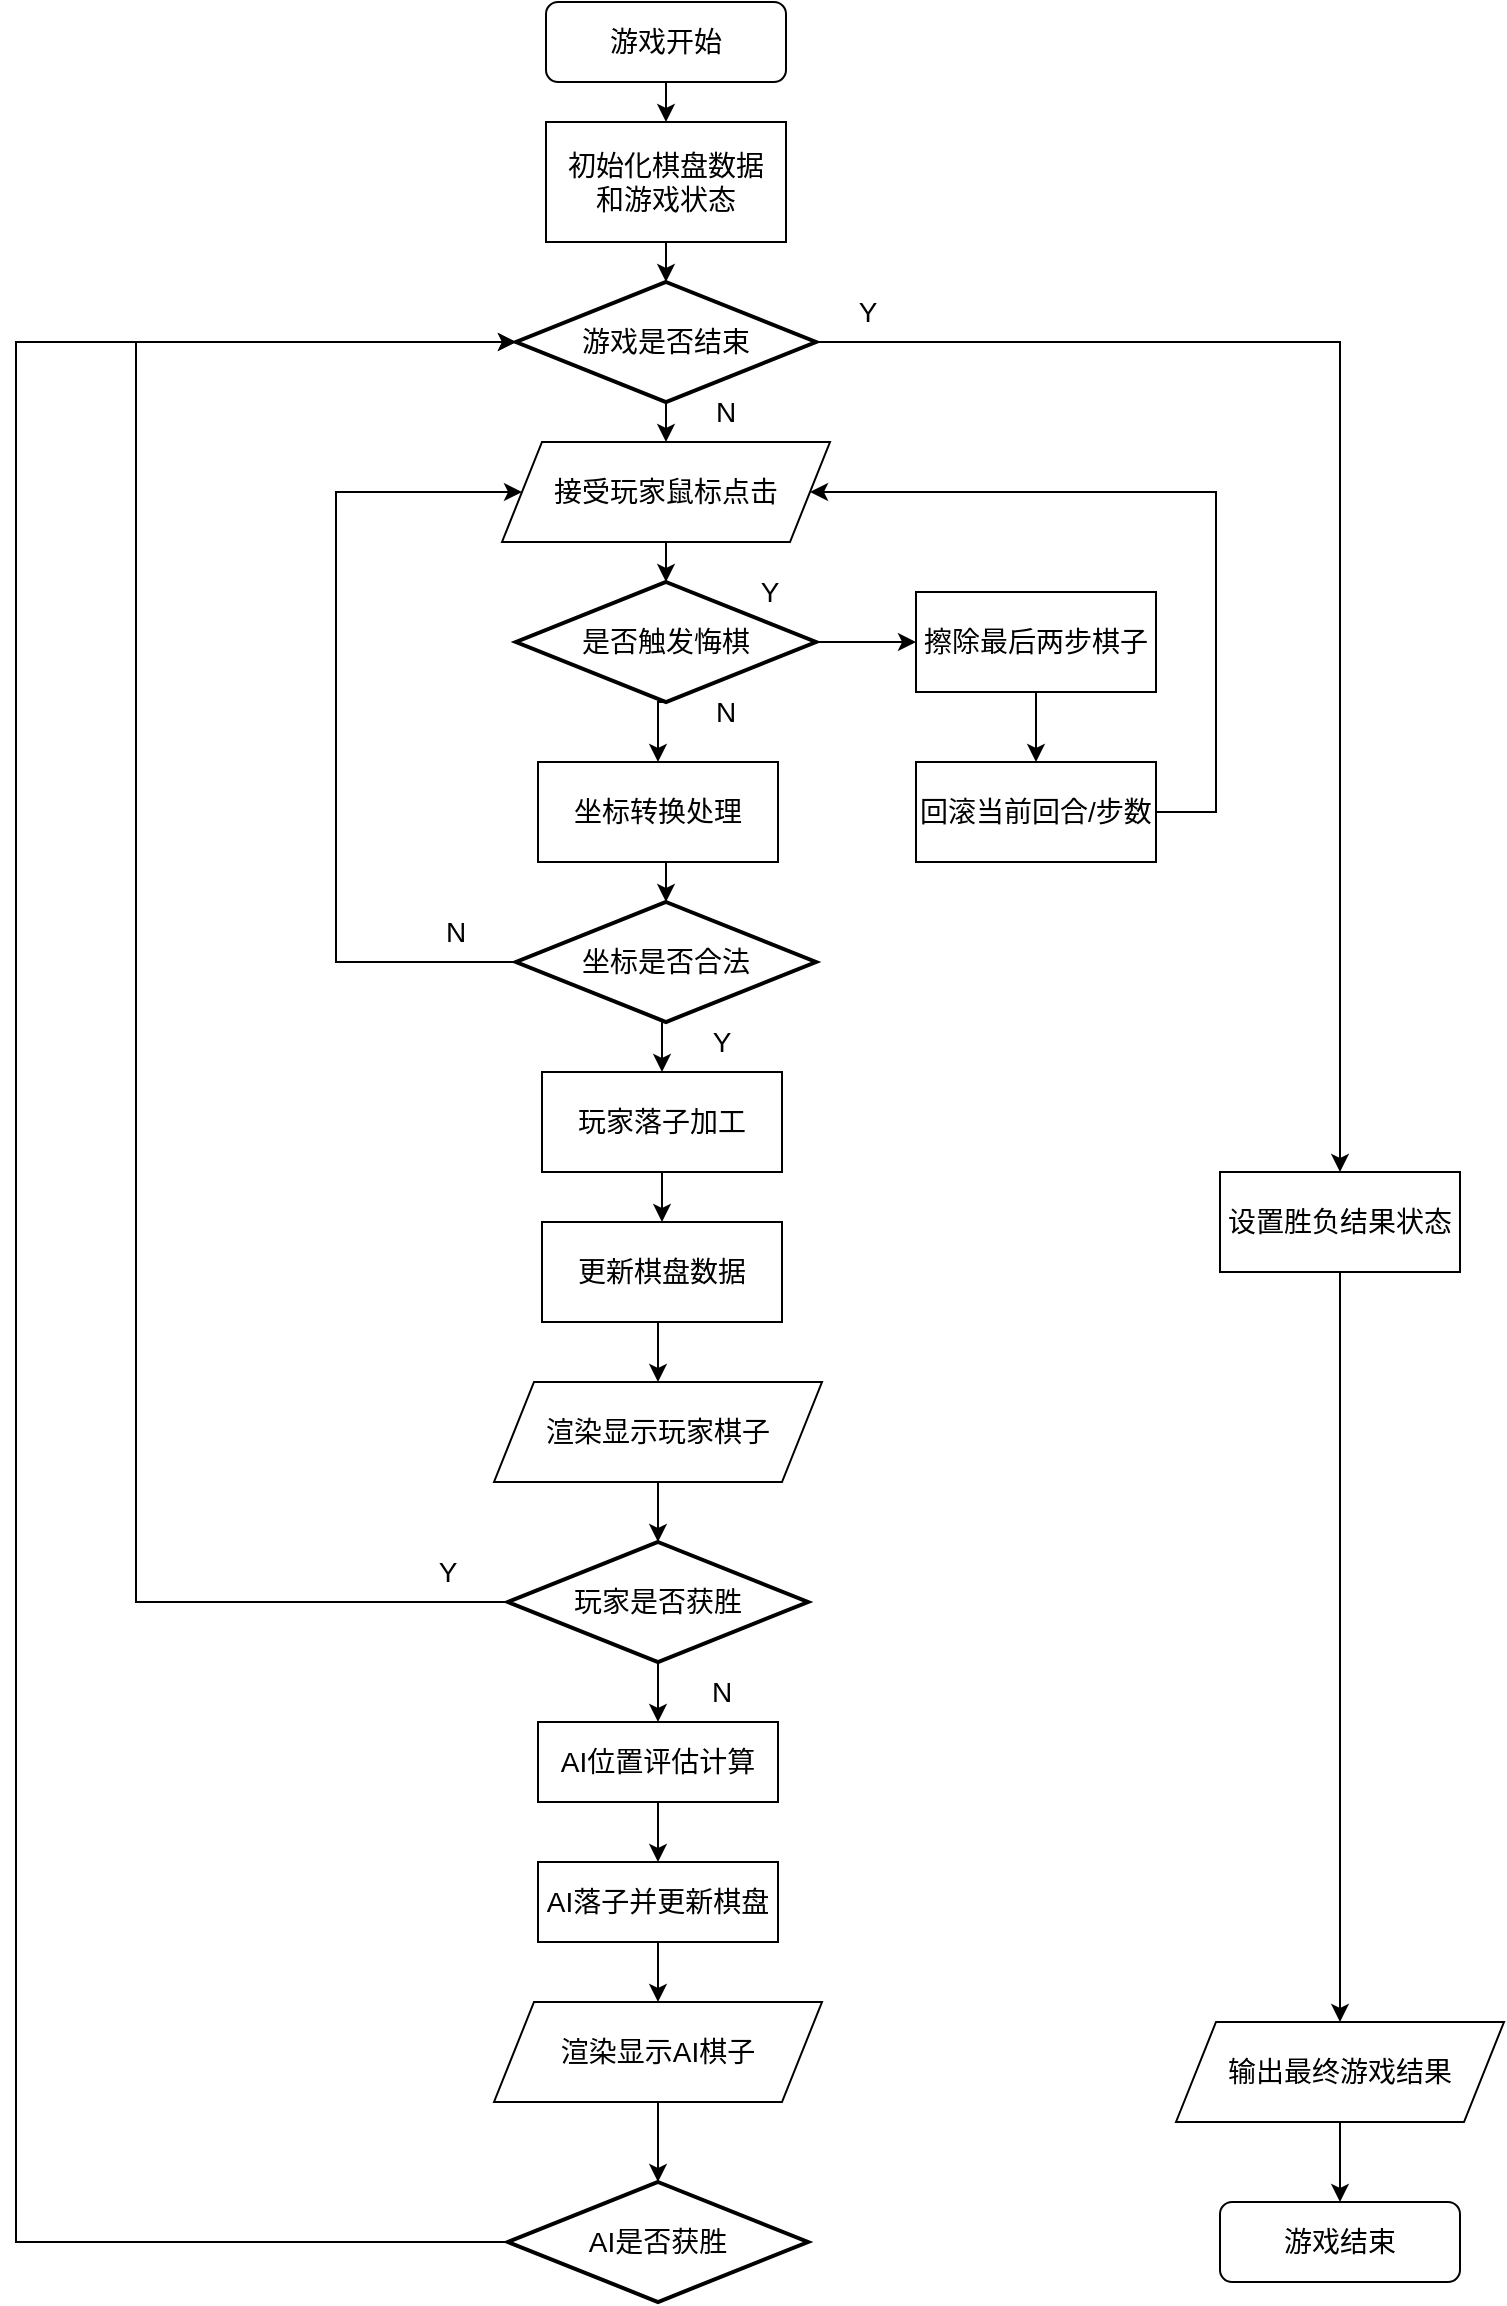
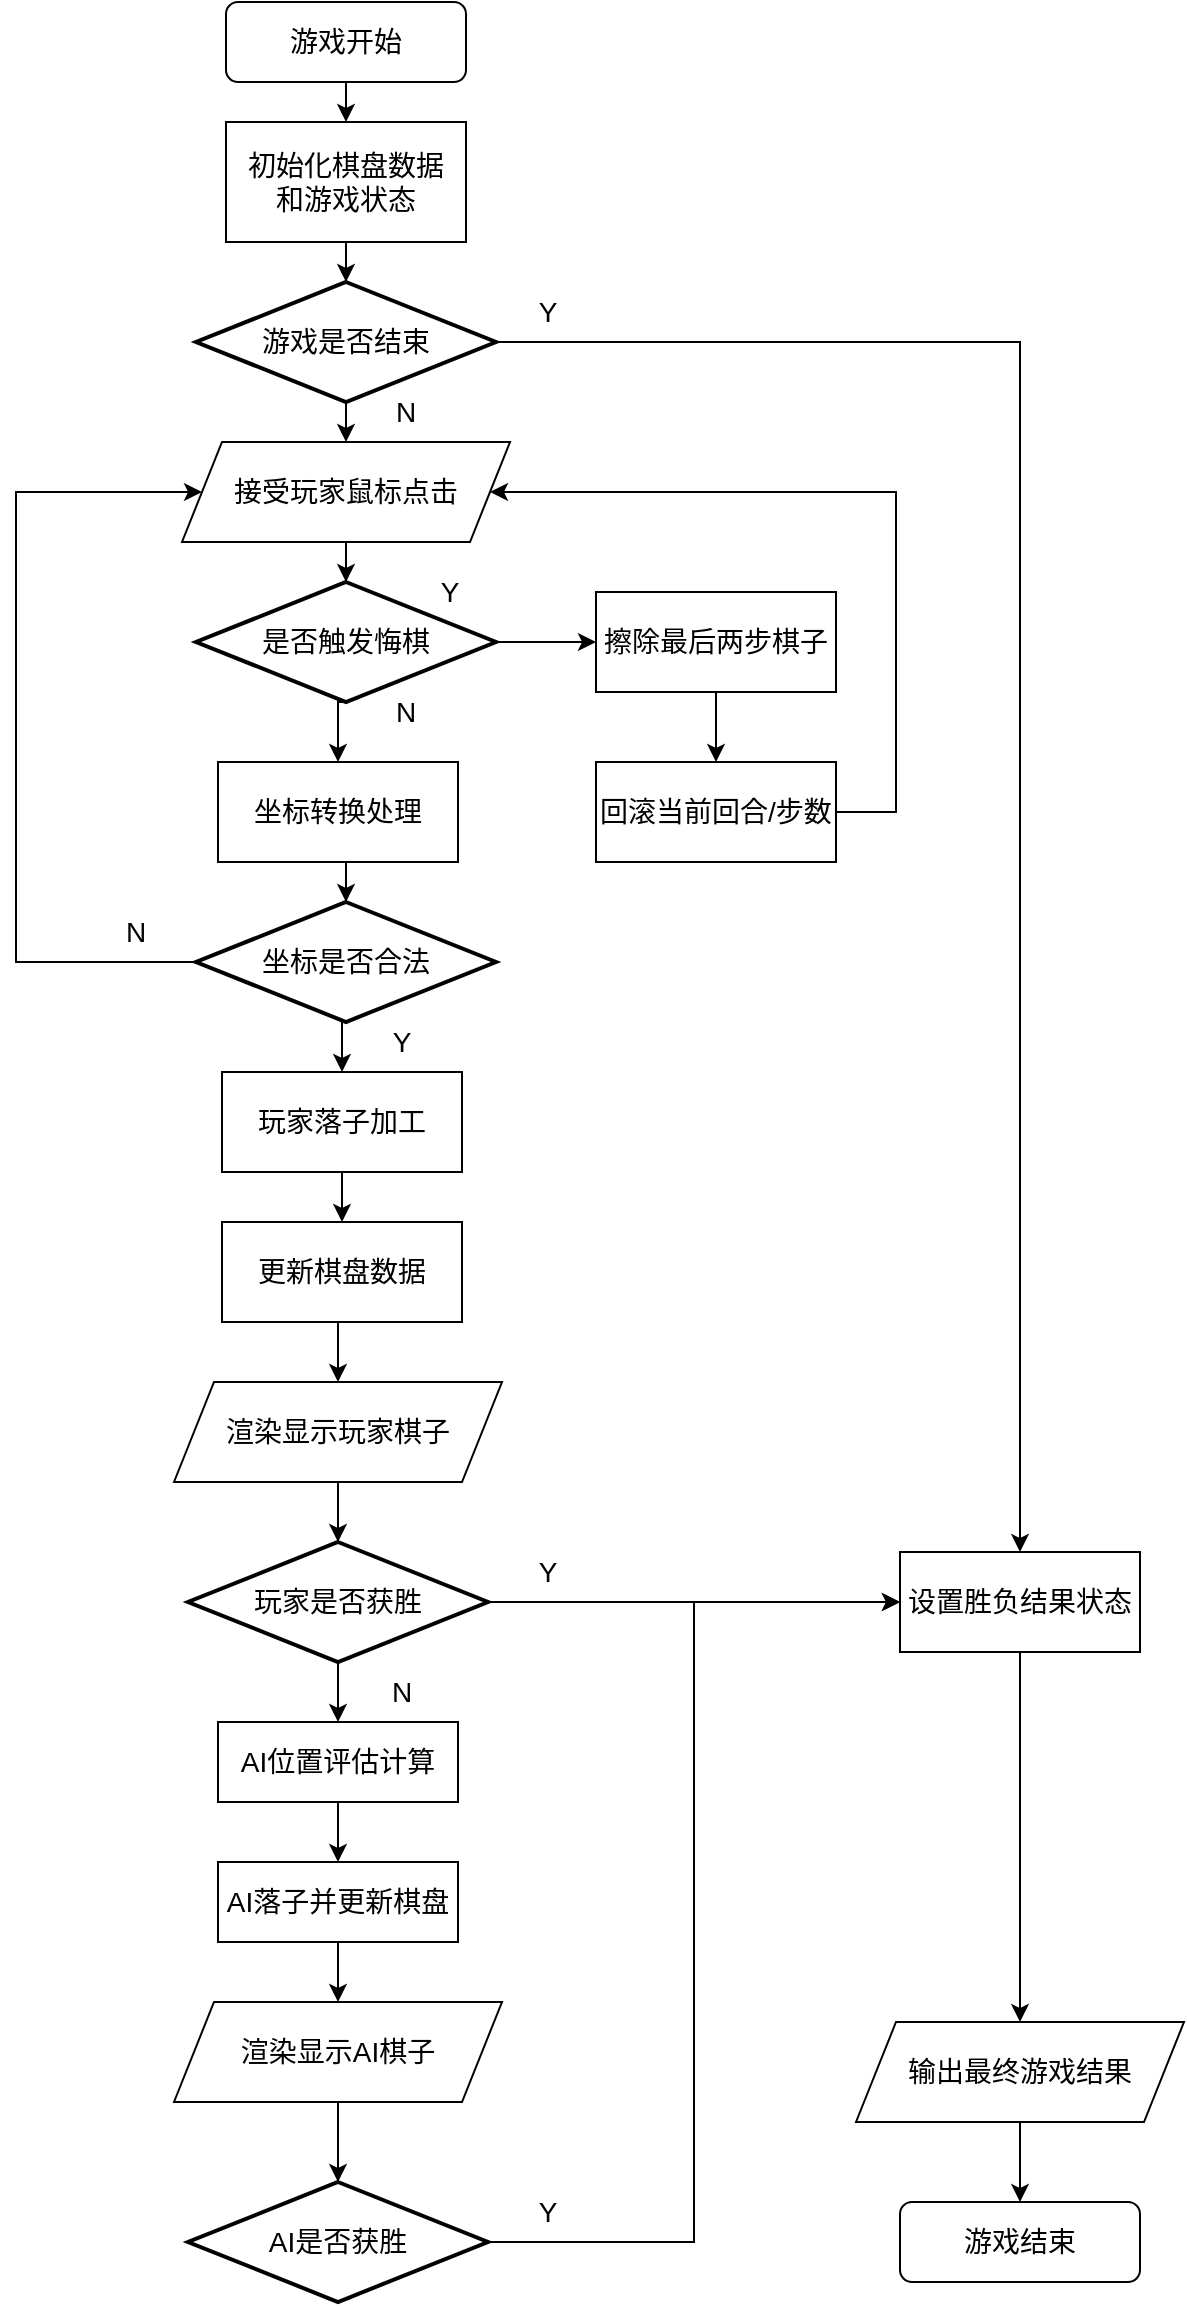
<mxfile host="app.diagrams.net">
  <diagram name="Page-1" id="Ut53iUmTTLsHKbGdxMO9">
    <mxGraphModel dx="2054" dy="1198" grid="1" gridSize="10" guides="1" tooltips="1" connect="1" arrows="1" fold="1" page="1" pageScale="1" pageWidth="827" pageHeight="1169" math="0" shadow="0">
      <root>
        <mxCell id="0" />
        <mxCell id="1" parent="0" />
        <mxCell id="LBzLqDpE-ghOYlSVNWWL-11" edge="1" parent="1" source="LBzLqDpE-ghOYlSVNWWL-4" style="edgeStyle=orthogonalEdgeStyle;rounded=0;orthogonalLoop=1;jettySize=auto;html=1;exitX=0.5;exitY=1;exitDx=0;exitDy=0;exitPerimeter=0;entryX=0.5;entryY=0;entryDx=0;entryDy=0;" target="LBzLqDpE-ghOYlSVNWWL-9">
          <mxGeometry relative="1" as="geometry" />
        </mxCell>
        <mxCell id="LBzLqDpE-ghOYlSVNWWL-51" edge="1" parent="1" source="LBzLqDpE-ghOYlSVNWWL-4" style="edgeStyle=orthogonalEdgeStyle;rounded=0;orthogonalLoop=1;jettySize=auto;html=1;exitX=1;exitY=0.5;exitDx=0;exitDy=0;exitPerimeter=0;entryX=0.5;entryY=0;entryDx=0;entryDy=0;" target="LBzLqDpE-ghOYlSVNWWL-45">
          <mxGeometry relative="1" as="geometry" />
        </mxCell>
        <mxCell id="LBzLqDpE-ghOYlSVNWWL-4" parent="1" style="strokeWidth=2;html=1;shape=mxgraph.flowchart.decision;whiteSpace=wrap;" value="&lt;font style=&quot;font-size: 14px;&quot;&gt;游戏是否结束&lt;/font&gt;" vertex="1">
          <mxGeometry height="60" width="150" x="320" y="159" as="geometry" />
        </mxCell>
        <mxCell id="LBzLqDpE-ghOYlSVNWWL-5" edge="1" parent="1" source="LBzLqDpE-ghOYlSVNWWL-6" style="edgeStyle=orthogonalEdgeStyle;rounded=0;orthogonalLoop=1;jettySize=auto;html=1;exitX=0.5;exitY=1;exitDx=0;exitDy=0;entryX=0.5;entryY=0;entryDx=0;entryDy=0;entryPerimeter=0;" target="LBzLqDpE-ghOYlSVNWWL-4">
          <mxGeometry relative="1" as="geometry">
            <mxPoint x="515" y="209" as="sourcePoint" />
          </mxGeometry>
        </mxCell>
        <mxCell id="LBzLqDpE-ghOYlSVNWWL-6" parent="1" style="rounded=0;whiteSpace=wrap;html=1;" value="&lt;font style=&quot;font-size: 14px;&quot;&gt;初始化棋盘数据&lt;/font&gt;&lt;div&gt;&lt;span style=&quot;font-size: 14px; background-color: transparent; color: light-dark(rgb(0, 0, 0), rgb(255, 255, 255));&quot;&gt;和游戏状态&lt;/span&gt;&lt;/div&gt;" vertex="1">
          <mxGeometry height="60" width="120" x="335" y="79" as="geometry" />
        </mxCell>
        <mxCell id="LBzLqDpE-ghOYlSVNWWL-8" edge="1" parent="1" source="LBzLqDpE-ghOYlSVNWWL-7" style="edgeStyle=orthogonalEdgeStyle;rounded=0;orthogonalLoop=1;jettySize=auto;html=1;exitX=0.5;exitY=1;exitDx=0;exitDy=0;entryX=0.5;entryY=0;entryDx=0;entryDy=0;" target="LBzLqDpE-ghOYlSVNWWL-6">
          <mxGeometry relative="1" as="geometry" />
        </mxCell>
        <mxCell id="LBzLqDpE-ghOYlSVNWWL-7" parent="1" style="rounded=1;whiteSpace=wrap;html=1;" value="&lt;font style=&quot;font-size: 14px;&quot;&gt;游戏开始&lt;/font&gt;" vertex="1">
          <mxGeometry height="40" width="120" x="335" y="19" as="geometry" />
        </mxCell>
        <mxCell id="LBzLqDpE-ghOYlSVNWWL-9" parent="1" style="shape=parallelogram;perimeter=parallelogramPerimeter;whiteSpace=wrap;html=1;fixedSize=1;" value="&lt;font style=&quot;font-size: 14px;&quot;&gt;接受玩家鼠标点击&lt;/font&gt;" vertex="1">
          <mxGeometry height="50" width="164" x="313" y="239" as="geometry" />
        </mxCell>
        <mxCell id="LBzLqDpE-ghOYlSVNWWL-12" parent="1" style="text;html=1;whiteSpace=wrap;strokeColor=none;fillColor=none;align=center;verticalAlign=middle;rounded=0;" value="&lt;font style=&quot;font-size: 14px;&quot;&gt;N&lt;/font&gt;" vertex="1">
          <mxGeometry height="30" width="60" x="395" y="209" as="geometry" />
        </mxCell>
        <mxCell id="LBzLqDpE-ghOYlSVNWWL-16" edge="1" parent="1" source="LBzLqDpE-ghOYlSVNWWL-13" style="edgeStyle=orthogonalEdgeStyle;rounded=0;orthogonalLoop=1;jettySize=auto;html=1;exitX=0.5;exitY=1;exitDx=0;exitDy=0;exitPerimeter=0;entryX=0.5;entryY=0;entryDx=0;entryDy=0;" target="LBzLqDpE-ghOYlSVNWWL-15">
          <mxGeometry relative="1" as="geometry" />
        </mxCell>
        <mxCell id="LBzLqDpE-ghOYlSVNWWL-13" parent="1" style="strokeWidth=2;html=1;shape=mxgraph.flowchart.decision;whiteSpace=wrap;" value="&lt;font style=&quot;font-size: 14px;&quot;&gt;是否触发悔棋&lt;/font&gt;" vertex="1">
          <mxGeometry height="60" width="150" x="320" y="309" as="geometry" />
        </mxCell>
        <mxCell id="LBzLqDpE-ghOYlSVNWWL-14" edge="1" parent="1" source="LBzLqDpE-ghOYlSVNWWL-9" style="edgeStyle=orthogonalEdgeStyle;rounded=0;orthogonalLoop=1;jettySize=auto;html=1;exitX=0.5;exitY=1;exitDx=0;exitDy=0;entryX=0.5;entryY=0;entryDx=0;entryDy=0;entryPerimeter=0;" target="LBzLqDpE-ghOYlSVNWWL-13">
          <mxGeometry relative="1" as="geometry" />
        </mxCell>
        <mxCell id="LBzLqDpE-ghOYlSVNWWL-15" parent="1" style="rounded=0;whiteSpace=wrap;html=1;" value="&lt;font style=&quot;font-size: 14px;&quot;&gt;坐标转换处理&lt;/font&gt;" vertex="1">
          <mxGeometry height="50" width="120" x="331" y="399" as="geometry" />
        </mxCell>
        <mxCell id="LBzLqDpE-ghOYlSVNWWL-17" parent="1" style="text;html=1;whiteSpace=wrap;strokeColor=none;fillColor=none;align=center;verticalAlign=middle;rounded=0;" value="&lt;font style=&quot;font-size: 14px;&quot;&gt;N&lt;/font&gt;" vertex="1">
          <mxGeometry height="30" width="60" x="395" y="359" as="geometry" />
        </mxCell>
        <mxCell id="LBzLqDpE-ghOYlSVNWWL-22" edge="1" parent="1" source="LBzLqDpE-ghOYlSVNWWL-18" style="rounded=0;orthogonalLoop=1;jettySize=auto;html=1;exitX=0.5;exitY=1;exitDx=0;exitDy=0;exitPerimeter=0;entryX=0.5;entryY=0;entryDx=0;entryDy=0;edgeStyle=orthogonalEdgeStyle;" target="LBzLqDpE-ghOYlSVNWWL-21">
          <mxGeometry relative="1" as="geometry" />
        </mxCell>
        <mxCell id="LBzLqDpE-ghOYlSVNWWL-79" edge="1" parent="1" source="LBzLqDpE-ghOYlSVNWWL-18" style="edgeStyle=orthogonalEdgeStyle;rounded=0;orthogonalLoop=1;jettySize=auto;html=1;exitX=0;exitY=0.5;exitDx=0;exitDy=0;exitPerimeter=0;entryX=0;entryY=0.5;entryDx=0;entryDy=0;" target="LBzLqDpE-ghOYlSVNWWL-9">
          <mxGeometry relative="1" as="geometry">
            <Array as="points">
              <mxPoint x="230" y="499" />
              <mxPoint x="230" y="264" />
            </Array>
          </mxGeometry>
        </mxCell>
        <mxCell id="LBzLqDpE-ghOYlSVNWWL-18" parent="1" style="strokeWidth=2;html=1;shape=mxgraph.flowchart.decision;whiteSpace=wrap;" value="&lt;font style=&quot;font-size: 14px;&quot;&gt;坐标是否合法&lt;/font&gt;" vertex="1">
          <mxGeometry height="60" width="150" x="320" y="469" as="geometry" />
        </mxCell>
        <mxCell id="LBzLqDpE-ghOYlSVNWWL-25" edge="1" parent="1" source="LBzLqDpE-ghOYlSVNWWL-21" style="edgeStyle=orthogonalEdgeStyle;rounded=0;orthogonalLoop=1;jettySize=auto;html=1;exitX=0.5;exitY=1;exitDx=0;exitDy=0;entryX=0.5;entryY=0;entryDx=0;entryDy=0;" target="LBzLqDpE-ghOYlSVNWWL-24">
          <mxGeometry relative="1" as="geometry" />
        </mxCell>
        <mxCell id="LBzLqDpE-ghOYlSVNWWL-21" parent="1" style="rounded=0;whiteSpace=wrap;html=1;" value="&lt;font style=&quot;font-size: 14px;&quot;&gt;玩家落子加工&lt;/font&gt;" vertex="1">
          <mxGeometry height="50" width="120" x="333" y="554" as="geometry" />
        </mxCell>
        <mxCell id="LBzLqDpE-ghOYlSVNWWL-23" parent="1" style="text;html=1;whiteSpace=wrap;strokeColor=none;fillColor=none;align=center;verticalAlign=middle;rounded=0;" value="&lt;font style=&quot;font-size: 14px;&quot;&gt;Y&lt;/font&gt;" vertex="1">
          <mxGeometry height="30" width="60" x="393" y="524" as="geometry" />
        </mxCell>
        <mxCell id="LBzLqDpE-ghOYlSVNWWL-27" edge="1" parent="1" source="LBzLqDpE-ghOYlSVNWWL-24" style="edgeStyle=orthogonalEdgeStyle;rounded=0;orthogonalLoop=1;jettySize=auto;html=1;exitX=0.5;exitY=1;exitDx=0;exitDy=0;entryX=0.5;entryY=0;entryDx=0;entryDy=0;" target="LBzLqDpE-ghOYlSVNWWL-26">
          <mxGeometry relative="1" as="geometry" />
        </mxCell>
        <mxCell id="LBzLqDpE-ghOYlSVNWWL-24" parent="1" style="rounded=0;whiteSpace=wrap;html=1;" value="&lt;font style=&quot;font-size: 14px;&quot;&gt;更新棋盘数据&lt;/font&gt;" vertex="1">
          <mxGeometry height="50" width="120" x="333" y="629" as="geometry" />
        </mxCell>
        <mxCell id="LBzLqDpE-ghOYlSVNWWL-26" parent="1" style="shape=parallelogram;perimeter=parallelogramPerimeter;whiteSpace=wrap;html=1;fixedSize=1;" value="&lt;font style=&quot;font-size: 14px;&quot;&gt;渲染显示玩家棋子&lt;/font&gt;" vertex="1">
          <mxGeometry height="50" width="164" x="309" y="709" as="geometry" />
        </mxCell>
        <mxCell id="LBzLqDpE-ghOYlSVNWWL-33" edge="1" parent="1" source="LBzLqDpE-ghOYlSVNWWL-30" style="edgeStyle=orthogonalEdgeStyle;rounded=0;orthogonalLoop=1;jettySize=auto;html=1;exitX=0.5;exitY=1;exitDx=0;exitDy=0;exitPerimeter=0;entryX=0.5;entryY=0;entryDx=0;entryDy=0;" target="LBzLqDpE-ghOYlSVNWWL-32">
          <mxGeometry relative="1" as="geometry" />
        </mxCell>
+         <mxCell id="LBzLqDpE-ghOYlSVNWWL-84" edge="1" parent="1" source="LBzLqDpE-ghOYlSVNWWL-30" style="edgeStyle=orthogonalEdgeStyle;rounded=0;orthogonalLoop=1;jettySize=auto;html=1;exitX=1;exitY=0.5;exitDx=0;exitDy=0;exitPerimeter=0;entryX=0;entryY=0.5;entryDx=0;entryDy=0;" target="LBzLqDpE-ghOYlSVNWWL-45">
+           <mxGeometry relative="1" as="geometry" />
+         </mxCell>
        <mxCell id="LBzLqDpE-ghOYlSVNWWL-30" parent="1" style="strokeWidth=2;html=1;shape=mxgraph.flowchart.decision;whiteSpace=wrap;" value="&lt;font style=&quot;font-size: 14px;&quot;&gt;玩家是否获胜&lt;/font&gt;" vertex="1">
          <mxGeometry height="60" width="150" x="316" y="789" as="geometry" />
        </mxCell>
        <mxCell id="LBzLqDpE-ghOYlSVNWWL-31" edge="1" parent="1" source="LBzLqDpE-ghOYlSVNWWL-26" style="edgeStyle=orthogonalEdgeStyle;rounded=0;orthogonalLoop=1;jettySize=auto;html=1;exitX=0.5;exitY=1;exitDx=0;exitDy=0;entryX=0.5;entryY=0;entryDx=0;entryDy=0;entryPerimeter=0;" target="LBzLqDpE-ghOYlSVNWWL-30">
          <mxGeometry relative="1" as="geometry" />
        </mxCell>
        <mxCell id="LBzLqDpE-ghOYlSVNWWL-37" edge="1" parent="1" source="LBzLqDpE-ghOYlSVNWWL-32" style="edgeStyle=orthogonalEdgeStyle;rounded=0;orthogonalLoop=1;jettySize=auto;html=1;exitX=0.5;exitY=1;exitDx=0;exitDy=0;entryX=0.5;entryY=0;entryDx=0;entryDy=0;" target="LBzLqDpE-ghOYlSVNWWL-35">
          <mxGeometry relative="1" as="geometry" />
        </mxCell>
        <mxCell id="LBzLqDpE-ghOYlSVNWWL-32" parent="1" style="rounded=0;whiteSpace=wrap;html=1;" value="&lt;font style=&quot;font-size: 14px;&quot;&gt;AI位置评估计算&lt;/font&gt;" vertex="1">
          <mxGeometry height="40" width="120" x="331" y="879" as="geometry" />
        </mxCell>
        <mxCell id="LBzLqDpE-ghOYlSVNWWL-34" parent="1" style="text;html=1;whiteSpace=wrap;strokeColor=none;fillColor=none;align=center;verticalAlign=middle;rounded=0;" value="&lt;font style=&quot;font-size: 14px;&quot;&gt;N&lt;/font&gt;" vertex="1">
          <mxGeometry height="30" width="60" x="393" y="849" as="geometry" />
        </mxCell>
        <mxCell id="LBzLqDpE-ghOYlSVNWWL-39" edge="1" parent="1" source="LBzLqDpE-ghOYlSVNWWL-35" style="edgeStyle=orthogonalEdgeStyle;rounded=0;orthogonalLoop=1;jettySize=auto;html=1;exitX=0.5;exitY=1;exitDx=0;exitDy=0;entryX=0.5;entryY=0;entryDx=0;entryDy=0;" target="LBzLqDpE-ghOYlSVNWWL-38">
          <mxGeometry relative="1" as="geometry" />
        </mxCell>
        <mxCell id="LBzLqDpE-ghOYlSVNWWL-35" parent="1" style="rounded=0;whiteSpace=wrap;html=1;" value="&lt;font style=&quot;font-size: 14px;&quot;&gt;AI落子并更新棋盘&lt;/font&gt;" vertex="1">
          <mxGeometry height="40" width="120" x="331" y="949" as="geometry" />
        </mxCell>
        <mxCell id="LBzLqDpE-ghOYlSVNWWL-38" parent="1" style="shape=parallelogram;perimeter=parallelogramPerimeter;whiteSpace=wrap;html=1;fixedSize=1;" value="&lt;font style=&quot;font-size: 14px;&quot;&gt;渲染显示AI棋子&lt;/font&gt;" vertex="1">
          <mxGeometry height="50" width="164" x="309" y="1019" as="geometry" />
        </mxCell>
+         <mxCell id="LBzLqDpE-ghOYlSVNWWL-85" edge="1" parent="1" source="LBzLqDpE-ghOYlSVNWWL-40" style="edgeStyle=orthogonalEdgeStyle;rounded=0;orthogonalLoop=1;jettySize=auto;html=1;exitX=1;exitY=0.5;exitDx=0;exitDy=0;exitPerimeter=0;entryX=0;entryY=0.5;entryDx=0;entryDy=0;" target="LBzLqDpE-ghOYlSVNWWL-45">
+           <mxGeometry relative="1" as="geometry" />
+         </mxCell>
        <mxCell id="LBzLqDpE-ghOYlSVNWWL-40" parent="1" style="strokeWidth=2;html=1;shape=mxgraph.flowchart.decision;whiteSpace=wrap;" value="&lt;font style=&quot;font-size: 14px;&quot;&gt;AI是否获胜&lt;/font&gt;" vertex="1">
          <mxGeometry height="60" width="150" x="316" y="1109" as="geometry" />
        </mxCell>
        <mxCell id="LBzLqDpE-ghOYlSVNWWL-41" edge="1" parent="1" source="LBzLqDpE-ghOYlSVNWWL-38" style="edgeStyle=orthogonalEdgeStyle;rounded=0;orthogonalLoop=1;jettySize=auto;html=1;exitX=0.5;exitY=1;exitDx=0;exitDy=0;entryX=0.5;entryY=0;entryDx=0;entryDy=0;entryPerimeter=0;" target="LBzLqDpE-ghOYlSVNWWL-40">
          <mxGeometry relative="1" as="geometry" />
        </mxCell>
        <mxCell id="LBzLqDpE-ghOYlSVNWWL-55" edge="1" parent="1" source="LBzLqDpE-ghOYlSVNWWL-42" style="edgeStyle=orthogonalEdgeStyle;rounded=0;orthogonalLoop=1;jettySize=auto;html=1;exitX=0.5;exitY=1;exitDx=0;exitDy=0;entryX=0.5;entryY=0;entryDx=0;entryDy=0;" target="LBzLqDpE-ghOYlSVNWWL-43">
          <mxGeometry relative="1" as="geometry" />
        </mxCell>
        <mxCell id="LBzLqDpE-ghOYlSVNWWL-42" parent="1" style="shape=parallelogram;perimeter=parallelogramPerimeter;whiteSpace=wrap;html=1;fixedSize=1;" value="&lt;font style=&quot;font-size: 14px;&quot;&gt;输出最终游戏结果&lt;/font&gt;" vertex="1">
          <mxGeometry height="50" width="164" x="650" y="1029" as="geometry" />
        </mxCell>
        <mxCell id="LBzLqDpE-ghOYlSVNWWL-43" parent="1" style="rounded=1;whiteSpace=wrap;html=1;" value="&lt;font style=&quot;font-size: 14px;&quot;&gt;游戏结束&lt;/font&gt;" vertex="1">
          <mxGeometry height="40" width="120" x="672" y="1119" as="geometry" />
        </mxCell>
        <mxCell id="LBzLqDpE-ghOYlSVNWWL-54" edge="1" parent="1" source="LBzLqDpE-ghOYlSVNWWL-45" style="edgeStyle=orthogonalEdgeStyle;rounded=0;orthogonalLoop=1;jettySize=auto;html=1;exitX=0.5;exitY=1;exitDx=0;exitDy=0;entryX=0.5;entryY=0;entryDx=0;entryDy=0;" target="LBzLqDpE-ghOYlSVNWWL-42">
          <mxGeometry relative="1" as="geometry" />
        </mxCell>
        <mxCell id="LBzLqDpE-ghOYlSVNWWL-45" parent="1" style="rounded=0;whiteSpace=wrap;html=1;" value="&lt;font style=&quot;font-size: 14px;&quot;&gt;设置胜负结果状态&lt;/font&gt;" vertex="1">
-           <mxGeometry height="50" width="120" x="672" y="604" as="geometry" />
+           <mxGeometry height="50" width="120" x="672" y="794" as="geometry" />
        </mxCell>
        <mxCell id="LBzLqDpE-ghOYlSVNWWL-53" edge="1" parent="1" source="LBzLqDpE-ghOYlSVNWWL-46" style="edgeStyle=orthogonalEdgeStyle;rounded=0;orthogonalLoop=1;jettySize=auto;html=1;exitX=0.5;exitY=1;exitDx=0;exitDy=0;entryX=0.5;entryY=0;entryDx=0;entryDy=0;" target="LBzLqDpE-ghOYlSVNWWL-50">
          <mxGeometry relative="1" as="geometry" />
        </mxCell>
        <mxCell id="LBzLqDpE-ghOYlSVNWWL-46" parent="1" style="rounded=0;whiteSpace=wrap;html=1;" value="&lt;font style=&quot;font-size: 14px;&quot;&gt;擦除最后两步棋子&lt;/font&gt;" vertex="1">
          <mxGeometry height="50" width="120" x="520" y="314" as="geometry" />
        </mxCell>
        <mxCell id="LBzLqDpE-ghOYlSVNWWL-48" parent="1" style="text;html=1;whiteSpace=wrap;strokeColor=none;fillColor=none;align=center;verticalAlign=middle;rounded=0;" value="&lt;font style=&quot;font-size: 14px;&quot;&gt;Y&lt;/font&gt;" vertex="1">
          <mxGeometry height="30" width="60" x="417" y="299" as="geometry" />
        </mxCell>
        <mxCell id="LBzLqDpE-ghOYlSVNWWL-83" edge="1" parent="1" source="LBzLqDpE-ghOYlSVNWWL-50" style="edgeStyle=orthogonalEdgeStyle;rounded=0;orthogonalLoop=1;jettySize=auto;html=1;exitX=1;exitY=0.5;exitDx=0;exitDy=0;entryX=1;entryY=0.5;entryDx=0;entryDy=0;" target="LBzLqDpE-ghOYlSVNWWL-9">
          <mxGeometry relative="1" as="geometry">
            <Array as="points">
              <mxPoint x="670" y="424" />
              <mxPoint x="670" y="264" />
            </Array>
          </mxGeometry>
        </mxCell>
        <mxCell id="LBzLqDpE-ghOYlSVNWWL-50" parent="1" style="rounded=0;whiteSpace=wrap;html=1;" value="&lt;font style=&quot;font-size: 14px;&quot;&gt;回滚当前回合/步数&lt;/font&gt;" vertex="1">
          <mxGeometry height="50" width="120" x="520" y="399" as="geometry" />
        </mxCell>
        <mxCell id="LBzLqDpE-ghOYlSVNWWL-52" parent="1" style="text;html=1;whiteSpace=wrap;strokeColor=none;fillColor=none;align=center;verticalAlign=middle;rounded=0;" value="&lt;font style=&quot;font-size: 14px;&quot;&gt;Y&lt;/font&gt;" vertex="1">
          <mxGeometry height="30" width="60" x="466" y="159" as="geometry" />
        </mxCell>
-         <mxCell id="LBzLqDpE-ghOYlSVNWWL-57" edge="1" parent="1" source="LBzLqDpE-ghOYlSVNWWL-40" style="edgeStyle=orthogonalEdgeStyle;rounded=0;orthogonalLoop=1;jettySize=auto;html=1;entryX=0;entryY=0.5;entryDx=0;entryDy=0;entryPerimeter=0;exitX=0;exitY=0.5;exitDx=0;exitDy=0;exitPerimeter=0;" target="LBzLqDpE-ghOYlSVNWWL-4">
-           <mxGeometry relative="1" as="geometry">
-             <Array as="points">
-               <mxPoint x="70" y="1139" />
-               <mxPoint x="70" y="189" />
-             </Array>
-             <mxPoint x="170" y="1059" as="sourcePoint" />
-             <mxPoint x="147" y="189" as="targetPoint" />
-           </mxGeometry>
-         </mxCell>
-         <mxCell id="LBzLqDpE-ghOYlSVNWWL-62" edge="1" parent="1" source="LBzLqDpE-ghOYlSVNWWL-30" style="edgeStyle=orthogonalEdgeStyle;rounded=0;orthogonalLoop=1;jettySize=auto;html=1;exitX=0;exitY=0.5;exitDx=0;exitDy=0;exitPerimeter=0;entryX=0;entryY=0.5;entryDx=0;entryDy=0;entryPerimeter=0;" target="LBzLqDpE-ghOYlSVNWWL-4">
-           <mxGeometry relative="1" as="geometry">
-             <Array as="points">
-               <mxPoint x="130" y="819" />
-               <mxPoint x="130" y="189" />
-             </Array>
-           </mxGeometry>
-         </mxCell>
        <mxCell id="LBzLqDpE-ghOYlSVNWWL-63" parent="1" style="text;html=1;whiteSpace=wrap;strokeColor=none;fillColor=none;align=center;verticalAlign=middle;rounded=0;" value="&lt;font style=&quot;font-size: 14px;&quot;&gt;Y&lt;/font&gt;" vertex="1">
-           <mxGeometry height="30" width="60" x="256" y="789" as="geometry" />
+           <mxGeometry height="30" width="60" x="466" y="789" as="geometry" />
        </mxCell>
        <mxCell id="LBzLqDpE-ghOYlSVNWWL-73" parent="1" style="text;html=1;whiteSpace=wrap;strokeColor=none;fillColor=none;align=center;verticalAlign=middle;rounded=0;" value="&lt;font style=&quot;font-size: 14px;&quot;&gt;N&lt;/font&gt;" vertex="1">
          <mxGeometry height="30" width="60" x="260" y="469" as="geometry" />
        </mxCell>
        <mxCell id="LBzLqDpE-ghOYlSVNWWL-75" edge="1" parent="1" source="LBzLqDpE-ghOYlSVNWWL-15" style="edgeStyle=orthogonalEdgeStyle;rounded=0;orthogonalLoop=1;jettySize=auto;html=1;exitX=0.5;exitY=1;exitDx=0;exitDy=0;entryX=0.5;entryY=0;entryDx=0;entryDy=0;entryPerimeter=0;" target="LBzLqDpE-ghOYlSVNWWL-18">
          <mxGeometry relative="1" as="geometry" />
        </mxCell>
        <mxCell id="LBzLqDpE-ghOYlSVNWWL-77" edge="1" parent="1" source="LBzLqDpE-ghOYlSVNWWL-13" style="edgeStyle=orthogonalEdgeStyle;rounded=0;orthogonalLoop=1;jettySize=auto;html=1;exitX=1;exitY=0.5;exitDx=0;exitDy=0;exitPerimeter=0;entryX=0;entryY=0.5;entryDx=0;entryDy=0;" target="LBzLqDpE-ghOYlSVNWWL-46">
          <mxGeometry relative="1" as="geometry" />
        </mxCell>
+         <mxCell id="LBzLqDpE-ghOYlSVNWWL-86" parent="1" style="text;html=1;whiteSpace=wrap;strokeColor=none;fillColor=none;align=center;verticalAlign=middle;rounded=0;" value="&lt;font style=&quot;font-size: 14px;&quot;&gt;Y&lt;/font&gt;" vertex="1">
+           <mxGeometry height="30" width="60" x="466" y="1109" as="geometry" />
+         </mxCell>
      </root>
    </mxGraphModel>
  </diagram>
</mxfile>
